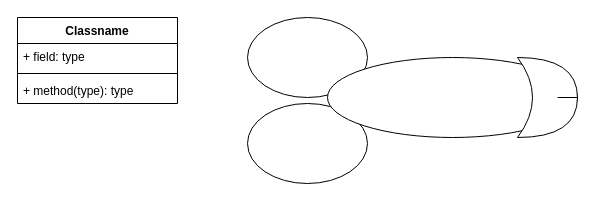
Negativity7477/Bike-Racing keeps this draw.io diagram as OOPCyclingUML.drawio. Above is the earlier version. Source tidied: cells renumbered, new cells numbered last; positions are measured from the earlier drawing's top-left corner, leaving out a move shared by most shapes. Both pictures are drawn from the tidied source at 100%, with x=0, y=0 at pixel (17, 17).
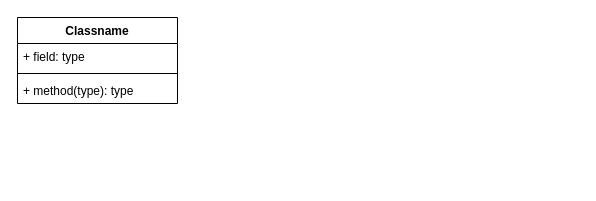
After the change.

Change to the diagram source:
```diff
@@
 <mxGraphModel>
   <root>
     <mxCell id="0" />
     <mxCell id="1" parent="0" />
     <mxCell id="2" value="Classname" style="swimlane;fontStyle=1;align=center;verticalAlign=top;horizontal=1;startSize=26;whiteSpace=wrap;html=1;" parent="1" vertex="1">
       <mxGeometry width="160" height="86" as="geometry" />
     </mxCell>
     <mxCell id="3" value="+ field: type" style="text;strokeColor=none;fillColor=none;align=left;verticalAlign=top;spacingLeft=4;spacingRight=4;overflow=hidden;whiteSpace=wrap;html=1;" parent="2" vertex="1">
       <mxGeometry y="26" width="160" height="26" as="geometry" />
     </mxCell>
     <mxCell id="4" style="line;strokeWidth=1;fillColor=none;align=left;verticalAlign=middle;spacingTop=-1;spacingLeft=3;spacingRight=3;labelPosition=right;strokeColor=inherit;" parent="2" vertex="1">
       <mxGeometry y="52" width="160" height="8" as="geometry" />
     </mxCell>
     <mxCell id="5" value="+ method(type): type" style="text;strokeColor=none;fillColor=none;align=left;verticalAlign=top;spacingLeft=4;spacingRight=4;overflow=hidden;whiteSpace=wrap;html=1;" parent="2" vertex="1">
       <mxGeometry y="60" width="160" height="26" as="geometry" />
     </mxCell>
-    <mxCell id="6" style="ellipse;whiteSpace=wrap;html=1;" parent="1" vertex="1">
-      <mxGeometry x="230" y="86" width="120" height="80" as="geometry" />
-    </mxCell>
-    <mxCell id="7" style="ellipse;whiteSpace=wrap;html=1;" parent="1" vertex="1">
-      <mxGeometry x="230" width="120" height="80" as="geometry" />
-    </mxCell>
-    <mxCell id="8" style="ellipse;whiteSpace=wrap;html=1;" parent="1" vertex="1">
-      <mxGeometry x="310" y="40" width="250" height="80" as="geometry" />
-    </mxCell>
-    <mxCell id="9" style="shape=xor;whiteSpace=wrap;html=1;direction=east;" parent="1" vertex="1">
-      <mxGeometry x="500" y="40" width="60" height="80" as="geometry" />
-    </mxCell>
-    <mxCell id="10" style="endArrow=none;html=1;rounded=0;exitX=1;exitY=0.5;exitDx=0;exitDy=0;exitPerimeter=0;" parent="1" edge="1" source="9">
-      <mxGeometry relative="1" as="geometry">
-        <mxPoint x="540" y="80" as="targetPoint" />
-      </mxGeometry>
-    </mxCell>
   </root>
 </mxGraphModel>
```
